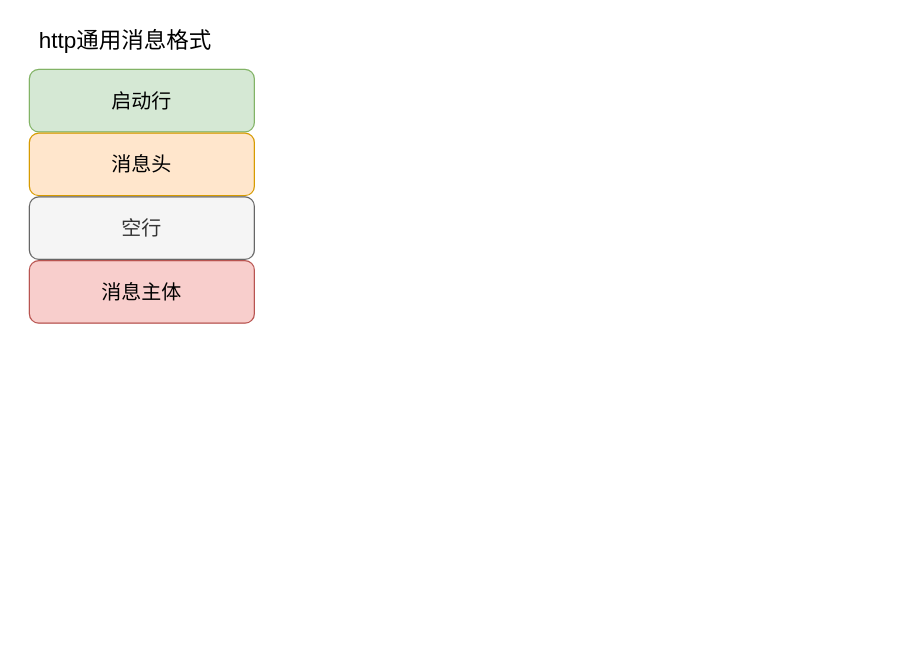
github-linux/iodraw keeps this draw.io diagram as http协议.drawio. Above is the earlier version. Source tidied: cells renumbered, new cells numbered last; positions are measured from the earlier drawing's top-left corner, leaving out a move shared by most shapes. Both pictures are drawn from the tidied source at 125%, with x=0, y=0 at pixel (21, 21).
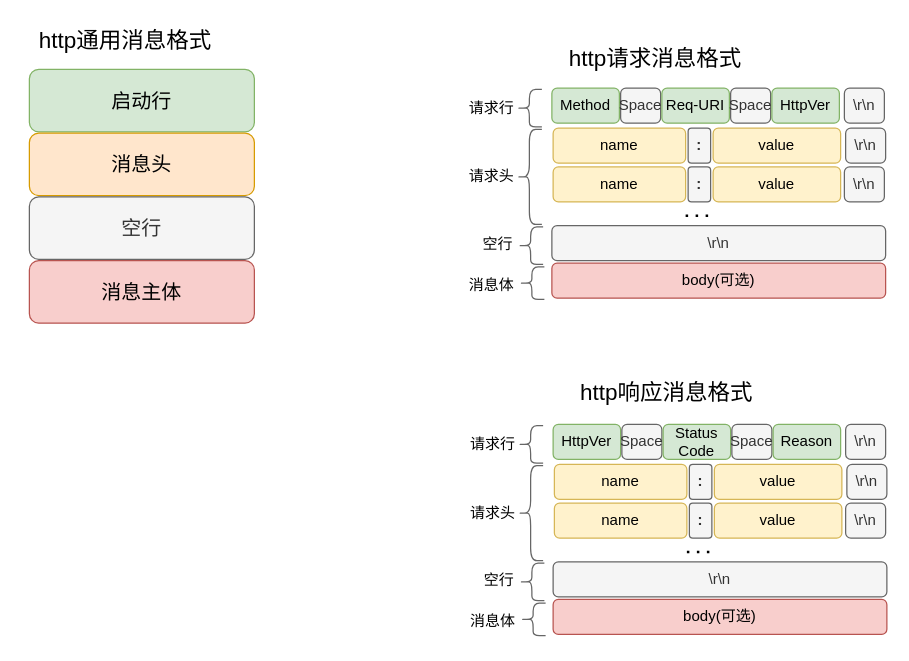
After the change.

Commit message:
Add: 增加请求和响应格式

What changed in the source:
```diff
@@
+    <mxCell id="7" value="&lt;font style=&quot;font-size: 18px;&quot;&gt;http请求消息格式&lt;/font&gt;" style="text;html=1;align=center;verticalAlign=middle;whiteSpace=wrap;rounded=0;" parent="1" vertex="1">
+      <mxGeometry x="424" y="15" width="166" height="30" as="geometry" />
+    </mxCell>
+    <mxCell id="8" value="&lt;font style=&quot;font-size: 18px;&quot;&gt;http响应消息格式&lt;/font&gt;" style="text;html=1;align=center;verticalAlign=middle;whiteSpace=wrap;rounded=0;" parent="1" vertex="1">
+      <mxGeometry x="433" y="282" width="166" height="30" as="geometry" />
+    </mxCell>
+    <mxCell id="9" value="Method" style="rounded=1;whiteSpace=wrap;html=1;fillColor=#d5e8d4;strokeColor=#82b366;" parent="1" vertex="1">
+      <mxGeometry x="424" y="53" width="54" height="28" as="geometry" />
+    </mxCell>
+    <mxCell id="10" value="Space" style="rounded=1;whiteSpace=wrap;html=1;fillColor=#f5f5f5;fontColor=#333333;strokeColor=#666666;" parent="1" vertex="1">
+      <mxGeometry x="479" y="53" width="32" height="28" as="geometry" />
+    </mxCell>
+    <mxCell id="11" value="Req-URI" style="rounded=1;whiteSpace=wrap;html=1;fillColor=#d5e8d4;strokeColor=#82b366;" parent="1" vertex="1">
+      <mxGeometry x="512" y="53" width="54" height="28" as="geometry" />
+    </mxCell>
+    <mxCell id="12" value="Space" style="rounded=1;whiteSpace=wrap;html=1;fillColor=#f5f5f5;fontColor=#333333;strokeColor=#666666;" parent="1" vertex="1">
+      <mxGeometry x="567" y="53" width="32" height="28" as="geometry" />
+    </mxCell>
+    <mxCell id="13" value="HttpVer" style="rounded=1;whiteSpace=wrap;html=1;fillColor=#d5e8d4;strokeColor=#82b366;" parent="1" vertex="1">
+      <mxGeometry x="600" y="53" width="54" height="28" as="geometry" />
+    </mxCell>
+    <mxCell id="14" value="\r\n" style="rounded=1;whiteSpace=wrap;html=1;fillColor=#f5f5f5;fontColor=#333333;strokeColor=#666666;" parent="1" vertex="1">
+      <mxGeometry x="658" y="53" width="32" height="28" as="geometry" />
+    </mxCell>
+    <mxCell id="15" value="name" style="rounded=1;whiteSpace=wrap;html=1;fillColor=#fff2cc;strokeColor=#d6b656;" parent="1" vertex="1">
+      <mxGeometry x="425" y="85" width="106" height="28" as="geometry" />
+    </mxCell>
+    <mxCell id="16" value="&lt;b&gt;:&lt;/b&gt;" style="rounded=1;whiteSpace=wrap;html=1;fillColor=#f5f5f5;fontColor=#333333;strokeColor=#666666;" parent="1" vertex="1">
+      <mxGeometry x="533" y="85" width="18" height="28" as="geometry" />
+    </mxCell>
+    <mxCell id="17" value="value" style="rounded=1;whiteSpace=wrap;html=1;fillColor=#fff2cc;strokeColor=#d6b656;" parent="1" vertex="1">
+      <mxGeometry x="553" y="85" width="102" height="28" as="geometry" />
+    </mxCell>
+    <mxCell id="18" value="\r\n" style="rounded=1;whiteSpace=wrap;html=1;fillColor=#f5f5f5;fontColor=#333333;strokeColor=#666666;" parent="1" vertex="1">
+      <mxGeometry x="659" y="85" width="32" height="28" as="geometry" />
+    </mxCell>
+    <mxCell id="19" value="name" style="rounded=1;whiteSpace=wrap;html=1;fillColor=#fff2cc;strokeColor=#d6b656;" parent="1" vertex="1">
+      <mxGeometry x="425" y="116" width="106" height="28" as="geometry" />
+    </mxCell>
+    <mxCell id="20" value="&lt;b&gt;:&lt;/b&gt;" style="rounded=1;whiteSpace=wrap;html=1;fillColor=#f5f5f5;fontColor=#333333;strokeColor=#666666;" parent="1" vertex="1">
+      <mxGeometry x="533" y="116" width="18" height="28" as="geometry" />
+    </mxCell>
+    <mxCell id="21" value="value" style="rounded=1;whiteSpace=wrap;html=1;fillColor=#fff2cc;strokeColor=#d6b656;" parent="1" vertex="1">
+      <mxGeometry x="553" y="116" width="102" height="28" as="geometry" />
+    </mxCell>
+    <mxCell id="22" value="\r\n" style="rounded=1;whiteSpace=wrap;html=1;fillColor=#f5f5f5;fontColor=#333333;strokeColor=#666666;" parent="1" vertex="1">
+      <mxGeometry x="658" y="116" width="32" height="28" as="geometry" />
+    </mxCell>
+    <mxCell id="23" value="\r\n" style="rounded=1;whiteSpace=wrap;html=1;fillColor=#f5f5f5;strokeColor=#666666;fontColor=#333333;" parent="1" vertex="1">
+      <mxGeometry x="424" y="163" width="267" height="28" as="geometry" />
+    </mxCell>
+    <mxCell id="24" value="body(可选)" style="rounded=1;whiteSpace=wrap;html=1;fillColor=#f8cecc;strokeColor=#b85450;" parent="1" vertex="1">
+      <mxGeometry x="424" y="193" width="267" height="28" as="geometry" />
+    </mxCell>
+    <mxCell id="25" style="endArrow=none;dashed=1;html=1;dashPattern=1 3;strokeWidth=2;rounded=0;" parent="1" edge="1">
+      <mxGeometry relative="1" as="geometry">
+        <mxPoint x="531" y="155" as="sourcePoint" />
+        <mxPoint x="549" y="155" as="targetPoint" />
+      </mxGeometry>
+    </mxCell>
+    <mxCell id="26" style="shape=curlyBracket;whiteSpace=wrap;html=1;rounded=1;labelPosition=left;verticalLabelPosition=middle;align=right;verticalAlign=middle;fillColor=#f5f5f5;fontColor=#333333;strokeColor=#666666;" parent="1" vertex="1">
+      <mxGeometry x="396" y="54" width="20" height="30" as="geometry" />
+    </mxCell>
+    <mxCell id="27" style="shape=curlyBracket;whiteSpace=wrap;html=1;rounded=1;labelPosition=left;verticalLabelPosition=middle;align=right;verticalAlign=middle;fillColor=#f5f5f5;fontColor=#333333;strokeColor=#666666;" parent="1" vertex="1">
+      <mxGeometry x="396" y="86" width="20" height="76" as="geometry" />
+    </mxCell>
+    <mxCell id="28" style="shape=curlyBracket;whiteSpace=wrap;html=1;rounded=1;labelPosition=left;verticalLabelPosition=middle;align=right;verticalAlign=middle;fillColor=#f5f5f5;fontColor=#333333;strokeColor=#666666;" parent="1" vertex="1">
+      <mxGeometry x="397" y="164" width="20" height="30" as="geometry" />
+    </mxCell>
+    <mxCell id="29" style="shape=curlyBracket;whiteSpace=wrap;html=1;rounded=1;labelPosition=left;verticalLabelPosition=middle;align=right;verticalAlign=middle;fillColor=#f5f5f5;fontColor=#333333;strokeColor=#666666;" parent="1" vertex="1">
+      <mxGeometry x="398" y="196" width="20" height="26" as="geometry" />
+    </mxCell>
+    <mxCell id="30" value="请求行" style="text;html=1;align=center;verticalAlign=middle;whiteSpace=wrap;rounded=0;" parent="1" vertex="1">
+      <mxGeometry x="346" y="54" width="60" height="30" as="geometry" />
+    </mxCell>
+    <mxCell id="31" value="请求头" style="text;html=1;align=center;verticalAlign=middle;whiteSpace=wrap;rounded=0;" parent="1" vertex="1">
+      <mxGeometry x="346" y="109" width="60" height="30" as="geometry" />
+    </mxCell>
+    <mxCell id="32" value="空行" style="text;html=1;align=center;verticalAlign=middle;whiteSpace=wrap;rounded=0;" parent="1" vertex="1">
+      <mxGeometry x="351" y="163" width="60" height="30" as="geometry" />
+    </mxCell>
+    <mxCell id="33" value="消息体" style="text;html=1;align=center;verticalAlign=middle;whiteSpace=wrap;rounded=0;" parent="1" vertex="1">
+      <mxGeometry x="346" y="196" width="60" height="30" as="geometry" />
+    </mxCell>
+    <mxCell id="34" value="HttpVer" style="rounded=1;whiteSpace=wrap;html=1;fillColor=#d5e8d4;strokeColor=#82b366;" parent="1" vertex="1">
+      <mxGeometry x="425" y="322" width="54" height="28" as="geometry" />
+    </mxCell>
+    <mxCell id="35" value="Space" style="rounded=1;whiteSpace=wrap;html=1;fillColor=#f5f5f5;fontColor=#333333;strokeColor=#666666;" parent="1" vertex="1">
+      <mxGeometry x="480" y="322" width="32" height="28" as="geometry" />
+    </mxCell>
+    <mxCell id="36" value="Status Code" style="rounded=1;whiteSpace=wrap;html=1;fillColor=#d5e8d4;strokeColor=#82b366;" parent="1" vertex="1">
+      <mxGeometry x="513" y="322" width="54" height="28" as="geometry" />
+    </mxCell>
+    <mxCell id="37" value="Space" style="rounded=1;whiteSpace=wrap;html=1;fillColor=#f5f5f5;fontColor=#333333;strokeColor=#666666;" parent="1" vertex="1">
+      <mxGeometry x="568" y="322" width="32" height="28" as="geometry" />
+    </mxCell>
+    <mxCell id="38" value="Reason" style="rounded=1;whiteSpace=wrap;html=1;fillColor=#d5e8d4;strokeColor=#82b366;" parent="1" vertex="1">
+      <mxGeometry x="601" y="322" width="54" height="28" as="geometry" />
+    </mxCell>
+    <mxCell id="39" value="\r\n" style="rounded=1;whiteSpace=wrap;html=1;fillColor=#f5f5f5;fontColor=#333333;strokeColor=#666666;" parent="1" vertex="1">
+      <mxGeometry x="659" y="322" width="32" height="28" as="geometry" />
+    </mxCell>
+    <mxCell id="40" value="name" style="rounded=1;whiteSpace=wrap;html=1;fillColor=#fff2cc;strokeColor=#d6b656;" parent="1" vertex="1">
+      <mxGeometry x="426" y="354" width="106" height="28" as="geometry" />
+    </mxCell>
+    <mxCell id="41" value="&lt;b&gt;:&lt;/b&gt;" style="rounded=1;whiteSpace=wrap;html=1;fillColor=#f5f5f5;fontColor=#333333;strokeColor=#666666;" parent="1" vertex="1">
+      <mxGeometry x="534" y="354" width="18" height="28" as="geometry" />
+    </mxCell>
+    <mxCell id="42" value="value" style="rounded=1;whiteSpace=wrap;html=1;fillColor=#fff2cc;strokeColor=#d6b656;" parent="1" vertex="1">
+      <mxGeometry x="554" y="354" width="102" height="28" as="geometry" />
+    </mxCell>
+    <mxCell id="43" value="\r\n" style="rounded=1;whiteSpace=wrap;html=1;fillColor=#f5f5f5;fontColor=#333333;strokeColor=#666666;" parent="1" vertex="1">
+      <mxGeometry x="660" y="354" width="32" height="28" as="geometry" />
+    </mxCell>
+    <mxCell id="44" value="name" style="rounded=1;whiteSpace=wrap;html=1;fillColor=#fff2cc;strokeColor=#d6b656;" parent="1" vertex="1">
+      <mxGeometry x="426" y="385" width="106" height="28" as="geometry" />
+    </mxCell>
+    <mxCell id="45" value="&lt;b&gt;:&lt;/b&gt;" style="rounded=1;whiteSpace=wrap;html=1;fillColor=#f5f5f5;fontColor=#333333;strokeColor=#666666;" parent="1" vertex="1">
+      <mxGeometry x="534" y="385" width="18" height="28" as="geometry" />
+    </mxCell>
+    <mxCell id="46" value="value" style="rounded=1;whiteSpace=wrap;html=1;fillColor=#fff2cc;strokeColor=#d6b656;" parent="1" vertex="1">
+      <mxGeometry x="554" y="385" width="102" height="28" as="geometry" />
+    </mxCell>
+    <mxCell id="47" value="\r\n" style="rounded=1;whiteSpace=wrap;html=1;fillColor=#f5f5f5;fontColor=#333333;strokeColor=#666666;" parent="1" vertex="1">
+      <mxGeometry x="659" y="385" width="32" height="28" as="geometry" />
+    </mxCell>
+    <mxCell id="48" value="\r\n" style="rounded=1;whiteSpace=wrap;html=1;fillColor=#f5f5f5;strokeColor=#666666;fontColor=#333333;" parent="1" vertex="1">
+      <mxGeometry x="425" y="432" width="267" height="28" as="geometry" />
+    </mxCell>
+    <mxCell id="49" value="body(可选)" style="rounded=1;whiteSpace=wrap;html=1;fillColor=#f8cecc;strokeColor=#b85450;" parent="1" vertex="1">
+      <mxGeometry x="425" y="462" width="267" height="28" as="geometry" />
+    </mxCell>
+    <mxCell id="50" style="endArrow=none;dashed=1;html=1;dashPattern=1 3;strokeWidth=2;rounded=0;" parent="1" edge="1">
+      <mxGeometry relative="1" as="geometry">
+        <mxPoint x="532" y="424" as="sourcePoint" />
+        <mxPoint x="550" y="424" as="targetPoint" />
+      </mxGeometry>
+    </mxCell>
+    <mxCell id="51" style="shape=curlyBracket;whiteSpace=wrap;html=1;rounded=1;labelPosition=left;verticalLabelPosition=middle;align=right;verticalAlign=middle;fillColor=#f5f5f5;fontColor=#333333;strokeColor=#666666;" parent="1" vertex="1">
+      <mxGeometry x="397" y="323" width="20" height="30" as="geometry" />
+    </mxCell>
+    <mxCell id="52" style="shape=curlyBracket;whiteSpace=wrap;html=1;rounded=1;labelPosition=left;verticalLabelPosition=middle;align=right;verticalAlign=middle;fillColor=#f5f5f5;fontColor=#333333;strokeColor=#666666;" parent="1" vertex="1">
+      <mxGeometry x="397" y="355" width="20" height="76" as="geometry" />
+    </mxCell>
+    <mxCell id="53" style="shape=curlyBracket;whiteSpace=wrap;html=1;rounded=1;labelPosition=left;verticalLabelPosition=middle;align=right;verticalAlign=middle;fillColor=#f5f5f5;fontColor=#333333;strokeColor=#666666;" parent="1" vertex="1">
+      <mxGeometry x="398" y="433" width="20" height="30" as="geometry" />
+    </mxCell>
+    <mxCell id="54" style="shape=curlyBracket;whiteSpace=wrap;html=1;rounded=1;labelPosition=left;verticalLabelPosition=middle;align=right;verticalAlign=middle;fillColor=#f5f5f5;fontColor=#333333;strokeColor=#666666;" parent="1" vertex="1">
+      <mxGeometry x="399" y="465" width="20" height="26" as="geometry" />
+    </mxCell>
+    <mxCell id="55" value="请求行" style="text;html=1;align=center;verticalAlign=middle;whiteSpace=wrap;rounded=0;" parent="1" vertex="1">
+      <mxGeometry x="347" y="323" width="60" height="30" as="geometry" />
+    </mxCell>
+    <mxCell id="56" value="请求头" style="text;html=1;align=center;verticalAlign=middle;whiteSpace=wrap;rounded=0;" parent="1" vertex="1">
+      <mxGeometry x="347" y="378" width="60" height="30" as="geometry" />
+    </mxCell>
+    <mxCell id="57" value="空行" style="text;html=1;align=center;verticalAlign=middle;whiteSpace=wrap;rounded=0;" parent="1" vertex="1">
+      <mxGeometry x="352" y="432" width="60" height="30" as="geometry" />
+    </mxCell>
+    <mxCell id="58" value="消息体" style="text;html=1;align=center;verticalAlign=middle;whiteSpace=wrap;rounded=0;" parent="1" vertex="1">
+      <mxGeometry x="347" y="465" width="60" height="30" as="geometry" />
+    </mxCell>
```
